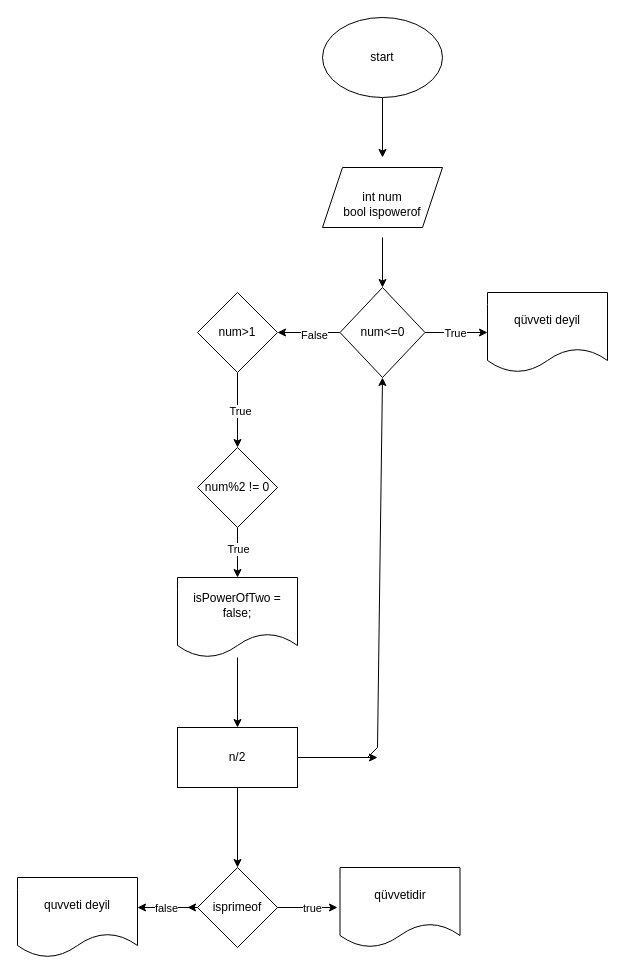
Before: Başlıksız Diyagram.drawio in Ayxan217/Loop_Lesson, a draw.io diagram. Source tidied: cells renumbered, new cells numbered last; positions are measured from the earlier drawing's top-left corner, leaving out a move shared by most shapes. Both pictures are drawn from the tidied source at 100%, with x=0, y=0 at pixel (17, 17).
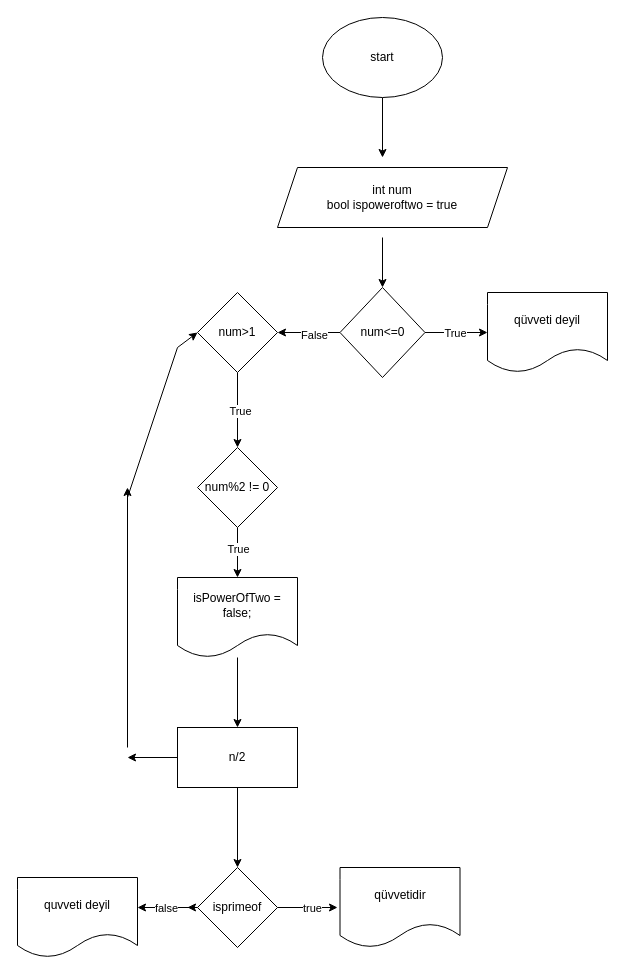
The same page after the edit.

Commit message:
task3 diagram

The change refers to these unchanged cells:
```xml
<mxCell id="11" value="num&amp;lt;=0" style="rhombus;whiteSpace=wrap;html=1;" parent="1" vertex="1">
  <mxGeometry x="322.5" y="270" width="85" height="90" as="geometry" />
</mxCell>
<mxCell id="15" value="num&amp;gt;1" style="rhombus;whiteSpace=wrap;html=1;" parent="1" vertex="1">
  <mxGeometry x="180" y="275" width="80" height="80" as="geometry" />
</mxCell>
<mxCell id="23" value="n/2" style="rounded=0;whiteSpace=wrap;html=1;" parent="1" vertex="1">
  <mxGeometry x="160" y="710" width="120" height="60" as="geometry" />
</mxCell>
```

What changed in the source:
```diff
@@
-    <mxCell id="4" value="&lt;div&gt;&lt;br&gt;&lt;/div&gt;&lt;div&gt;int num&lt;/div&gt;&lt;div&gt;bool ispowerof&lt;/div&gt;" style="shape=parallelogram;perimeter=parallelogramPerimeter;whiteSpace=wrap;html=1;fixedSize=1;" parent="1" vertex="1">
-      <mxGeometry x="305" y="150" width="120" height="60" as="geometry" />
+    <mxCell id="4" value="int num&lt;div&gt;bool ispoweroftwo = true&lt;/div&gt;" style="shape=parallelogram;perimeter=parallelogramPerimeter;whiteSpace=wrap;html=1;fixedSize=1;" parent="1" vertex="1">
+      <mxGeometry x="260" y="150" width="230" height="60" as="geometry" />
     </mxCell>
@@
-    <mxCell id="10" style="edgeStyle=none;rounded=0;jettySize=auto;html=1;entryX=0.5;entryY=1;entryDx=0;entryDy=0;" parent="1" edge="1" target="11">
-      <mxGeometry relative="1" as="geometry">
-        <mxPoint x="350" y="740" as="sourcePoint" />
-        <Array as="points">
-          <mxPoint x="360" y="730" />
-        </Array>
-      </mxGeometry>
-    </mxCell>
@@
-    <mxCell id="22" style="edgeStyle=none;rounded=0;jettySize=auto;html=1;" parent="1" edge="1" source="23">
-      <mxGeometry relative="1" as="geometry">
-        <mxPoint x="360" y="740" as="targetPoint" />
-      </mxGeometry>
-    </mxCell>
+    <mxCell id="32" style="edgeStyle=none;rounded=0;jettySize=auto;html=1;exitX=0;exitY=0.5;exitDx=0;exitDy=0;" parent="1" edge="1" source="23">
+      <mxGeometry relative="1" as="geometry">
+        <mxPoint x="110" y="740" as="targetPoint" />
+      </mxGeometry>
+    </mxCell>
@@
+    <mxCell id="33" style="endArrow=classic;html=1;rounded=0;" parent="1" edge="1">
+      <mxGeometry relative="1" as="geometry">
+        <mxPoint x="110" y="730" as="sourcePoint" />
+        <mxPoint x="110" y="470" as="targetPoint" />
+      </mxGeometry>
+    </mxCell>
+    <mxCell id="34" style="endArrow=classic;html=1;rounded=0;entryX=0;entryY=0.5;entryDx=0;entryDy=0;" parent="1" edge="1" target="15">
+      <mxGeometry relative="1" as="geometry">
+        <mxPoint x="110" y="480" as="sourcePoint" />
+        <Array as="points">
+          <mxPoint x="160" y="330" />
+        </Array>
+      </mxGeometry>
+    </mxCell>
```
